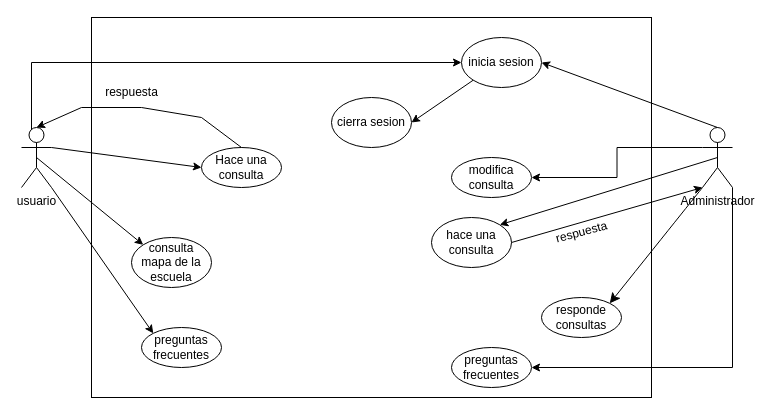
Above: otros/caso_de_uso.drawio in bs-andres/proyecto-chatbot (draw.io), before the change. Source tidied: cells renumbered, new cells numbered last; positions are measured from the earlier drawing's top-left corner, leaving out a move shared by most shapes. Both pictures are drawn from the tidied source at 100%, with x=0, y=0 at pixel (21, 17).
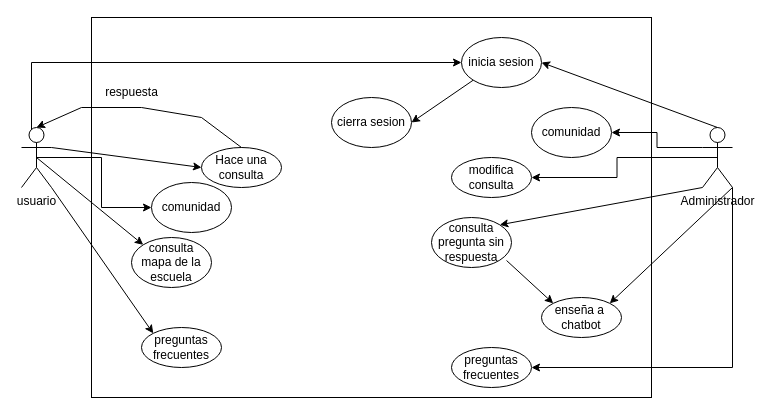
The same diagram, later.

Unchanged cells that the change refers to:
```xml
<mxCell id="6" value="usuario" style="shape=umlActor;verticalLabelPosition=bottom;verticalAlign=top;html=1;outlineConnect=0;" parent="1" vertex="1">
  <mxGeometry y="110" width="30" height="60" as="geometry" />
</mxCell>
<mxCell id="10" value="Administrador" style="shape=umlActor;verticalLabelPosition=bottom;verticalAlign=top;html=1;outlineConnect=0;" parent="1" vertex="1">
  <mxGeometry x="681" y="110" width="30" height="60" as="geometry" />
</mxCell>
<mxCell id="23" value="modifica consulta" style="ellipse;whiteSpace=wrap;html=1;" parent="1" vertex="1">
  <mxGeometry x="430" y="140" width="80" height="40" as="geometry" />
</mxCell>
```

What changed in the source:
```diff
@@
-    <mxCell id="2" style="rounded=0;whiteSpace=wrap;html=1;" parent="1" vertex="1">
-      <mxGeometry x="70" width="560" height="380" as="geometry" />
-    </mxCell>
+    <mxCell id="28" style="rounded=0;whiteSpace=wrap;html=1;" parent="1" vertex="1">
+      <mxGeometry x="70" width="560" height="380" as="geometry" />
+    </mxCell>
@@
+    <mxCell id="29" style="edgeStyle=orthogonalEdgeStyle;rounded=0;jettySize=auto;html=1;exitX=0.5;exitY=0.5;exitDx=0;exitDy=0;exitPerimeter=0;entryX=0;entryY=0.5;entryDx=0;entryDy=0;" parent="1" edge="1" source="6" target="40">
+      <mxGeometry relative="1" as="geometry" />
+    </mxCell>
@@
-    <mxCell id="7" style="edgeStyle=orthogonalEdgeStyle;rounded=0;jettySize=auto;html=1;exitX=1;exitY=1;exitDx=0;exitDy=0;exitPerimeter=0;entryX=1;entryY=0.5;entryDx=0;entryDy=0;" parent="1" edge="1" source="10" target="24">
-      <mxGeometry relative="1" as="geometry" />
-    </mxCell>
+    <mxCell id="30" style="edgeStyle=orthogonalEdgeStyle;rounded=0;jettySize=auto;html=1;exitX=1;exitY=1;exitDx=0;exitDy=0;exitPerimeter=0;entryX=1;entryY=0.5;entryDx=0;entryDy=0;" parent="1" edge="1" source="10" target="39">
+      <mxGeometry relative="1" as="geometry" />
+    </mxCell>
-    <mxCell id="8" style="edgeStyle=orthogonalEdgeStyle;rounded=0;jettySize=auto;html=1;exitX=0;exitY=0.3333333333333333;exitDx=0;exitDy=0;exitPerimeter=0;" parent="1" edge="1" source="10" target="23">
+    <mxCell id="8" style="edgeStyle=orthogonalEdgeStyle;rounded=0;jettySize=auto;html=1;exitX=0.5;exitY=0.5;exitDx=0;exitDy=0;exitPerimeter=0;" parent="1" edge="1" source="10" target="23">
       <mxGeometry relative="1" as="geometry" />
     </mxCell>
-    <mxCell id="9" style="edgeStyle=none;curved=1;rounded=0;jettySize=auto;html=1;exitX=0;exitY=1;exitDx=0;exitDy=0;exitPerimeter=0;entryX=1;entryY=0;entryDx=0;entryDy=0;fontSize=12;startSize=8;endSize=8;" parent="1" edge="1" source="10" target="13">
-      <mxGeometry relative="1" as="geometry" />
-    </mxCell>
+    <mxCell id="31" style="edgeStyle=orthogonalEdgeStyle;rounded=0;jettySize=auto;html=1;exitX=0;exitY=0.3333333333333333;exitDx=0;exitDy=0;exitPerimeter=0;entryX=1;entryY=0.5;entryDx=0;entryDy=0;" parent="1" edge="1" source="10" target="41">
+      <mxGeometry relative="1" as="geometry" />
+    </mxCell>
@@
-    <mxCell id="12" value="preguntas frecuentes" style="ellipse;whiteSpace=wrap;html=1;" parent="1" vertex="1">
-      <mxGeometry x="120" y="310" width="80" height="40" as="geometry" />
-    </mxCell>
-    <mxCell id="13" value="responde consultas" style="ellipse;whiteSpace=wrap;html=1;" parent="1" vertex="1">
-      <mxGeometry x="520" y="280" width="80" height="40" as="geometry" />
-    </mxCell>
-    <mxCell id="14" value="hace una consulta" style="ellipse;whiteSpace=wrap;html=1;" parent="1" vertex="1">
-      <mxGeometry x="410" y="200" width="80" height="50" as="geometry" />
-    </mxCell>
+    <mxCell id="32" value="preguntas frecuentes" style="ellipse;whiteSpace=wrap;html=1;" parent="1" vertex="1">
+      <mxGeometry x="120" y="310" width="80" height="40" as="geometry" />
+    </mxCell>
+    <mxCell id="33" value="enseña a&amp;nbsp;&lt;div&gt;chatbot&lt;/div&gt;" style="ellipse;whiteSpace=wrap;html=1;" parent="1" vertex="1">
+      <mxGeometry x="520" y="280" width="80" height="40" as="geometry" />
+    </mxCell>
+    <mxCell id="34" value="consulta pregunta sin respuesta" style="ellipse;whiteSpace=wrap;html=1;" parent="1" vertex="1">
+      <mxGeometry x="410" y="200" width="80" height="50" as="geometry" />
+    </mxCell>
@@
-    <mxCell id="16" style="edgeStyle=none;jettySize=auto;html=1;rounded=0;exitX=0.5;exitY=0.5;exitDx=0;exitDy=0;exitPerimeter=0;entryX=1;entryY=0;entryDx=0;entryDy=0;" parent="1" edge="1" source="10" target="14">
-      <mxGeometry relative="1" as="geometry" />
-    </mxCell>
-    <mxCell id="17" style="edgeStyle=none;jettySize=auto;html=1;rounded=0;exitX=1;exitY=0.5;exitDx=0;exitDy=0;entryX=0;entryY=1;entryDx=0;entryDy=0;entryPerimeter=0;" parent="1" edge="1" source="14" target="10">
-      <mxGeometry relative="1" as="geometry" />
-    </mxCell>
-    <mxCell id="18" style="edgeStyle=none;jettySize=auto;html=1;rounded=0;exitX=1;exitY=1;exitDx=0;exitDy=0;exitPerimeter=0;entryX=0;entryY=0;entryDx=0;entryDy=0;" parent="1" edge="1" source="6" target="12">
-      <mxGeometry relative="1" as="geometry" />
-    </mxCell>
+    <mxCell id="35" style="edgeStyle=none;jettySize=auto;html=1;rounded=0;exitX=0;exitY=1;exitDx=0;exitDy=0;exitPerimeter=0;entryX=1;entryY=0;entryDx=0;entryDy=0;" parent="1" edge="1" source="10" target="34">
+      <mxGeometry relative="1" as="geometry" />
+    </mxCell>
+    <mxCell id="36" style="edgeStyle=none;jettySize=auto;html=1;rounded=0;exitX=0.938;exitY=0.86;exitDx=0;exitDy=0;exitPerimeter=0;entryX=0;entryY=0;entryDx=0;entryDy=0;" parent="1" edge="1" source="34" target="33">
+      <mxGeometry relative="1" as="geometry" />
+    </mxCell>
+    <mxCell id="37" style="edgeStyle=none;jettySize=auto;html=1;rounded=0;exitX=1;exitY=1;exitDx=0;exitDy=0;exitPerimeter=0;entryX=0;entryY=0;entryDx=0;entryDy=0;" parent="1" edge="1" source="6" target="32">
+      <mxGeometry relative="1" as="geometry" />
+    </mxCell>
@@
+    <mxCell id="38" style="edgeStyle=none;jettySize=auto;html=1;rounded=0;exitX=1;exitY=1;exitDx=0;exitDy=0;exitPerimeter=0;entryX=1;entryY=0;entryDx=0;entryDy=0;" parent="1" edge="1" source="10" target="33">
+      <mxGeometry relative="1" as="geometry" />
+    </mxCell>
@@
-    <mxCell id="24" value="preguntas frecuentes" style="ellipse;whiteSpace=wrap;html=1;" parent="1" vertex="1">
-      <mxGeometry x="430" y="330" width="80" height="40" as="geometry" />
-    </mxCell>
+    <mxCell id="39" value="preguntas frecuentes" style="ellipse;whiteSpace=wrap;html=1;" parent="1" vertex="1">
+      <mxGeometry x="430" y="330" width="80" height="40" as="geometry" />
+    </mxCell>
@@
-    <mxCell id="27" value="respuesta" style="text;html=1;align=center;verticalAlign=middle;strokeColor=none;fillColor=none;fontSize=12;rotation=-15;" parent="1" vertex="1">
-      <mxGeometry x="520" y="200" width="80" height="30" as="geometry" />
-    </mxCell>
+    <mxCell id="40" value="comunidad" style="ellipse;whiteSpace=wrap;html=1;" parent="1" vertex="1">
+      <mxGeometry x="130" y="165" width="80" height="50" as="geometry" />
+    </mxCell>
+    <mxCell id="41" value="comunidad" style="ellipse;whiteSpace=wrap;html=1;" parent="1" vertex="1">
+      <mxGeometry x="510" y="90" width="80" height="50" as="geometry" />
+    </mxCell>
```
